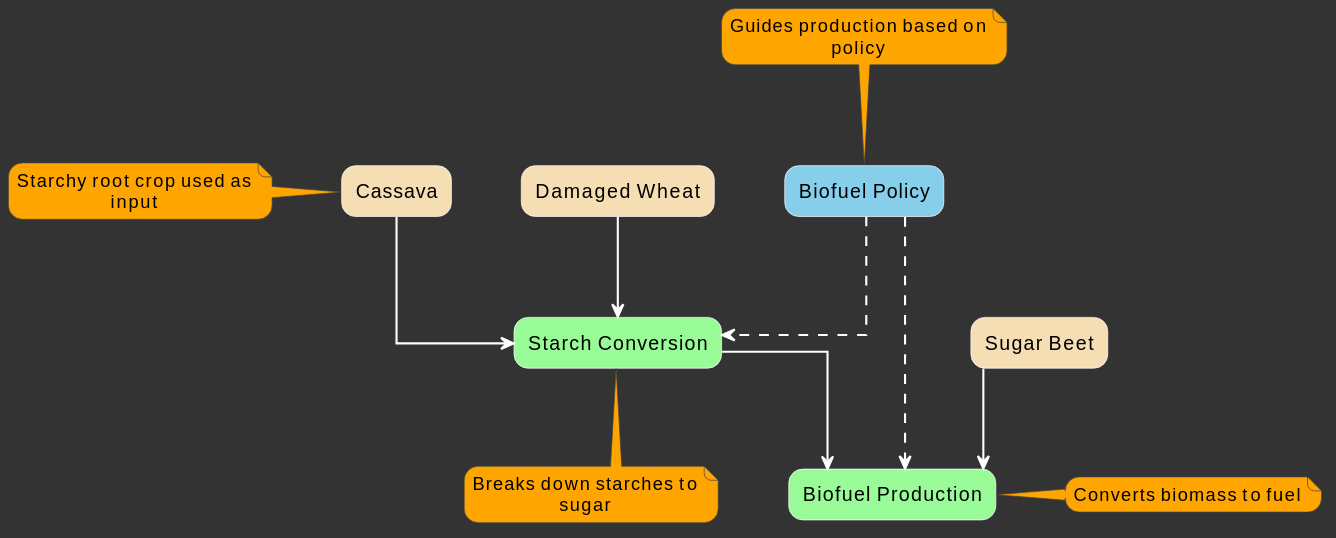
Before: tele_1.svg, a diagram exported from PlantUML (bolibazaar/upsc_sol_assets).
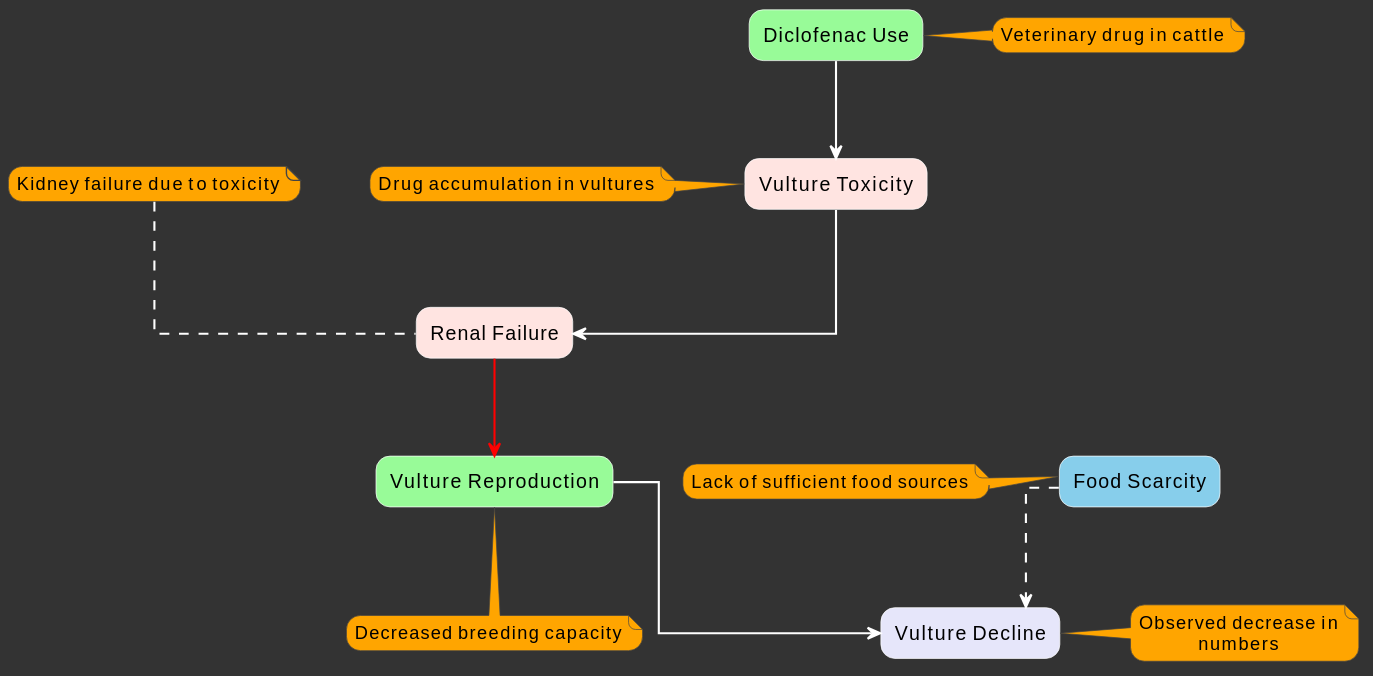
After the commit.

The edit, as a diff of the source:
```diff
@@ -20,35 +20,40 @@
 skinparam rectangleFontColor black
 skinparam rectangleBorderColor white
 
-rectangle "Biofuel Policy" #87CEEB
+rectangle "Vulture Decline" #E6E6FA
+rectangle "Diclofenac Use" #98FB98
+rectangle "Vulture Toxicity" #FFE4E1
+rectangle "Renal Failure" #FFE4E1
+rectangle "Vulture Reproduction" #98FB98
+rectangle "Food Scarcity" #87CEEB
 
-rectangle "Biofuel Production" #98FB98
-rectangle "Starch Conversion" #98FB98
+"Diclofenac Use" --> "Vulture Toxicity"
+"Vulture Toxicity" --> "Renal Failure"
+"Renal Failure" -[#red]-> "Vulture Reproduction"
+"Vulture Reproduction" --> "Vulture Decline"
+"Food Scarcity" ..> "Vulture Decline"
 
-rectangle "Cassava" #F5DEB3
-rectangle "Damaged Wheat" #F5DEB3
-rectangle "Sugar Beet" #F5DEB3
-
-"Cassava" --> "Starch Conversion"
-"Damaged Wheat" --> "Starch Conversion"
-"Starch Conversion" --> "Biofuel Production"
-"Sugar Beet" --> "Biofuel Production"
-"Biofuel Policy" ..> "Biofuel Production"
-"Biofuel Policy" ..> "Starch Conversion"
-
-note top of "Biofuel Policy"
-  Guides production based on policy
+note right of "Diclofenac Use"
+  Veterinary drug in cattle
 end note
 
-note right of "Biofuel Production"
-  Converts biomass to fuel
+note left of "Vulture Toxicity"
+  Drug accumulation in vultures
 end note
 
-note bottom of "Starch Conversion"
-  Breaks down starches to sugar
+note top of "Renal Failure"
+  Kidney failure due to toxicity
 end note
 
-note left of "Cassava"
-  Starchy root crop used as input
+note bottom of "Vulture Reproduction"
+  Decreased breeding capacity
+end note
+
+note right of "Vulture Decline"
+  Observed decrease in numbers
+end note
+
+note left of "Food Scarcity"
+  Lack of sufficient food sources
 end note
 @enduml
```
